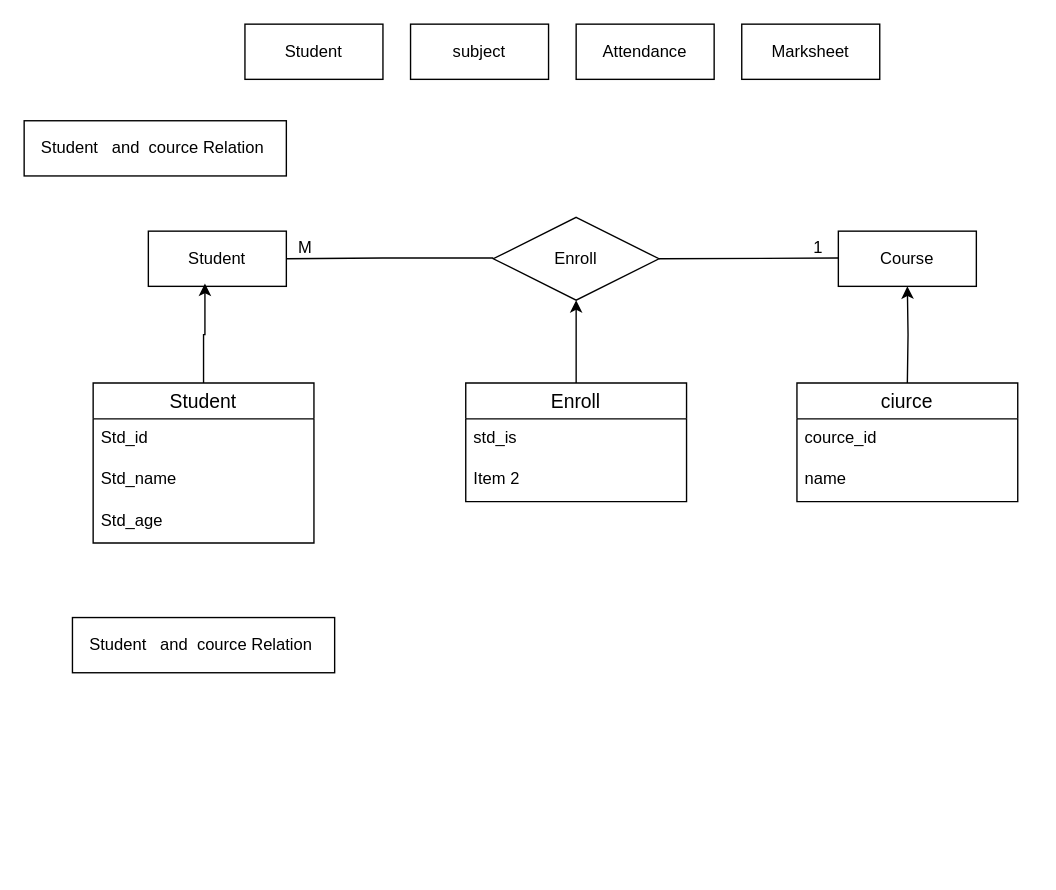
Earlier version of the draw.io diagram Untitled Diagram.drawio (w15147m/E_R-Diagram). Source tidied: cells renumbered, new cells numbered last; positions are measured from the earlier drawing's top-left corner, leaving out a move shared by most shapes. Both pictures are drawn from the tidied source at 138%, with x=0, y=0 at pixel (23, 23).
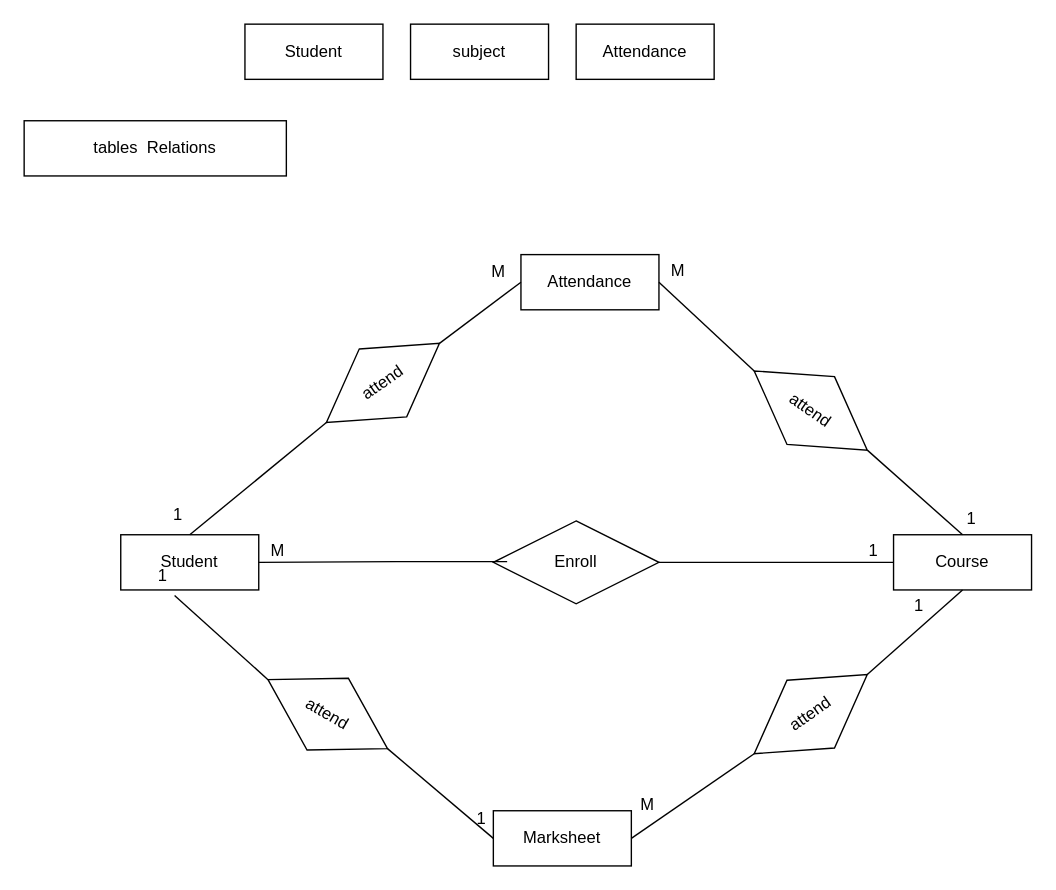
After the change.

Commit message:
student relation diagram dome

What changed in the source:
```diff
@@
     <mxCell id="3" value="Course " style="whiteSpace=wrap;html=1;align=center;" parent="1" vertex="1">
-      <mxGeometry x="590" y="150" width="100" height="40" as="geometry" />
+      <mxGeometry x="630" y="370" width="100" height="40" as="geometry" />
     </mxCell>
     <mxCell id="4" value="Marksheet" style="whiteSpace=wrap;html=1;align=center;" parent="1" vertex="1">
-      <mxGeometry x="520" width="100" height="40" as="geometry" />
+      <mxGeometry x="340" y="570" width="100" height="40" as="geometry" />
     </mxCell>
@@
-    <mxCell id="7" value="Student&amp;nbsp; &amp;nbsp;and&amp;nbsp; cource Relation&amp;nbsp;" style="whiteSpace=wrap;html=1;align=center;" parent="1" vertex="1">
+    <mxCell id="7" value="tables&amp;nbsp; Relations" style="whiteSpace=wrap;html=1;align=center;" parent="1" vertex="1">
       <mxGeometry y="70" width="190" height="40" as="geometry" />
     </mxCell>
     <mxCell id="8" value="Student " style="whiteSpace=wrap;html=1;align=center;" parent="1" vertex="1">
-      <mxGeometry x="90" y="150" width="100" height="40" as="geometry" />
+      <mxGeometry x="70" y="370" width="100" height="40" as="geometry" />
     </mxCell>
     <mxCell id="9" value="Enroll" style="shape=rhombus;perimeter=rhombusPerimeter;whiteSpace=wrap;html=1;align=center;" parent="1" vertex="1">
-      <mxGeometry x="340" y="140" width="120" height="60" as="geometry" />
+      <mxGeometry x="340" y="360" width="120" height="60" as="geometry" />
     </mxCell>
-    <mxCell id="10" style="endArrow=none;html=1;rounded=0;" parent="1" edge="1">
-      <mxGeometry relative="1" as="geometry">
-        <mxPoint x="460" y="170" as="sourcePoint" />
-        <mxPoint x="590" y="169.5" as="targetPoint" />
-      </mxGeometry>
+    <mxCell id="10" style="endArrow=none;html=1;rounded=0;exitX=1;exitY=0.5;exitDx=0;exitDy=0;entryX=0;entryY=0.5;entryDx=0;entryDy=0;" parent="1" edge="1" source="9" target="3">
+      <mxGeometry relative="1" as="geometry" />
     </mxCell>
@@
     <mxCell id="12" style="endArrow=none;html=1;rounded=0;entryX=1;entryY=0.5;entryDx=0;entryDy=0;strokeWidth=1;" parent="1" edge="1" target="8">
       <mxGeometry relative="1" as="geometry">
-        <mxPoint x="340" y="169.5" as="sourcePoint" />
+        <mxPoint x="350" y="389.5" as="sourcePoint" />
         <Array as="points">
-          <mxPoint x="260" y="169.5" />
+          <mxPoint x="270" y="389.5" />
         </Array>
       </mxGeometry>
     </mxCell>
@@
-    <mxCell id="14" value="Student" style="swimlane;fontStyle=0;horizontal=1;startSize=26;align=center;fontSize=14;" parent="1" vertex="1">
-      <mxGeometry x="50" y="260" width="160" height="116" as="geometry" />
-    </mxCell>
-    <mxCell id="15" value="Std_id" style="text;strokeColor=none;fillColor=none;spacingLeft=4;spacingRight=4;overflow=hidden;fontSize=12;whiteSpace=wrap;html=1;" parent="14" vertex="1">
-      <mxGeometry y="26" width="160" height="30" as="geometry" />
-    </mxCell>
-    <mxCell id="16" value="Std_name" style="text;strokeColor=none;fillColor=none;spacingLeft=4;spacingRight=4;overflow=hidden;fontSize=12;whiteSpace=wrap;html=1;" parent="14" vertex="1">
-      <mxGeometry y="56" width="160" height="30" as="geometry" />
-    </mxCell>
-    <mxCell id="17" value="Std_age" style="text;strokeColor=none;fillColor=none;spacingLeft=4;spacingRight=4;overflow=hidden;fontSize=12;whiteSpace=wrap;html=1;" parent="14" vertex="1">
-      <mxGeometry y="86" width="160" height="30" as="geometry" />
-    </mxCell>
-    <mxCell id="18" style="edgeStyle=orthogonalEdgeStyle;rounded=0;jettySize=auto;html=1;entryX=0.41;entryY=0.95;entryDx=0;entryDy=0;entryPerimeter=0;" parent="1" edge="1" source="14" target="8">
-      <mxGeometry relative="1" as="geometry">
-        <Array as="points">
-          <mxPoint x="130" y="225" />
-          <mxPoint x="131" y="225" />
-        </Array>
-      </mxGeometry>
-    </mxCell>
-    <mxCell id="19" style="edgeStyle=orthogonalEdgeStyle;rounded=0;jettySize=auto;html=1;entryX=0.5;entryY=1;entryDx=0;entryDy=0;" parent="1" edge="1" source="20" target="9">
-      <mxGeometry relative="1" as="geometry" />
-    </mxCell>
-    <mxCell id="20" value="Enroll" style="swimlane;fontStyle=0;horizontal=1;startSize=26;align=center;fontSize=14;" parent="1" vertex="1">
-      <mxGeometry x="320" y="260" width="160" height="86" as="geometry" />
-    </mxCell>
-    <mxCell id="21" value="std_is" style="text;strokeColor=none;fillColor=none;spacingLeft=4;spacingRight=4;overflow=hidden;fontSize=12;whiteSpace=wrap;html=1;" parent="20" vertex="1">
-      <mxGeometry y="26" width="160" height="30" as="geometry" />
-    </mxCell>
-    <mxCell id="22" value="Item 2" style="text;strokeColor=none;fillColor=none;spacingLeft=4;spacingRight=4;overflow=hidden;fontSize=12;whiteSpace=wrap;html=1;" parent="20" vertex="1">
-      <mxGeometry y="56" width="160" height="30" as="geometry" />
-    </mxCell>
-    <mxCell id="23" style="edgeStyle=orthogonalEdgeStyle;rounded=0;jettySize=auto;html=1;" parent="1" edge="1" target="3">
-      <mxGeometry relative="1" as="geometry">
-        <mxPoint x="640" y="260" as="sourcePoint" />
-      </mxGeometry>
-    </mxCell>
-    <mxCell id="24" value="ciurce" style="swimlane;fontStyle=0;horizontal=1;startSize=26;align=center;fontSize=14;" parent="1" vertex="1">
-      <mxGeometry x="560" y="260" width="160" height="86" as="geometry" />
-    </mxCell>
-    <mxCell id="25" value="cource_id" style="text;strokeColor=none;fillColor=none;spacingLeft=4;spacingRight=4;overflow=hidden;fontSize=12;whiteSpace=wrap;html=1;" parent="24" vertex="1">
-      <mxGeometry y="26" width="160" height="30" as="geometry" />
-    </mxCell>
-    <mxCell id="26" value="name" style="text;strokeColor=none;fillColor=none;spacingLeft=4;spacingRight=4;overflow=hidden;fontSize=12;whiteSpace=wrap;html=1;" parent="24" vertex="1">
-      <mxGeometry y="56" width="160" height="30" as="geometry" />
-    </mxCell>
-    <mxCell id="27" value="Student&amp;nbsp; &amp;nbsp;and&amp;nbsp; cource Relation&amp;nbsp;" style="whiteSpace=wrap;html=1;align=center;" parent="1" vertex="1">
-      <mxGeometry x="35" y="430" width="190" height="40" as="geometry" />
-    </mxCell>
+    <mxCell id="28" value="Attendance " style="whiteSpace=wrap;html=1;align=center;" parent="1" vertex="1">
+      <mxGeometry x="360" y="167" width="100" height="40" as="geometry" />
+    </mxCell>
+    <mxCell id="29" value="attend" style="shape=rhombus;perimeter=rhombusPerimeter;whiteSpace=wrap;html=1;align=center;rotation=-35;" parent="1" vertex="1">
+      <mxGeometry x="210" y="230" width="100" height="60" as="geometry" />
+    </mxCell>
+    <mxCell id="30" value="attend" style="shape=rhombus;perimeter=rhombusPerimeter;whiteSpace=wrap;html=1;align=center;rotation=35;" parent="1" vertex="1">
+      <mxGeometry x="520" y="250" width="100" height="60" as="geometry" />
+    </mxCell>
+    <mxCell id="31" style="endArrow=none;html=1;rounded=0;entryX=0;entryY=0.5;entryDx=0;entryDy=0;strokeWidth=1;exitX=1;exitY=0.5;exitDx=0;exitDy=0;" parent="1" edge="1" source="29" target="28">
+      <mxGeometry relative="1" as="geometry" />
+    </mxCell>
+    <mxCell id="32" value="M" style="html=1;whiteSpace=wrap;align=right;verticalAlign=bottom;" parent="31" vertex="1">
+      <mxGeometry x="1" relative="1" as="geometry">
+        <mxPoint x="-10" y="1" as="offset" />
+      </mxGeometry>
+    </mxCell>
+    <mxCell id="33" style="endArrow=none;html=1;rounded=0;entryX=0.5;entryY=0;entryDx=0;entryDy=0;exitX=0;exitY=0.5;exitDx=0;exitDy=0;" parent="1" edge="1" source="29" target="8">
+      <mxGeometry relative="1" as="geometry" />
+    </mxCell>
+    <mxCell id="34" value="1" style="html=1;whiteSpace=wrap;align=right;verticalAlign=bottom;" parent="33" vertex="1">
+      <mxGeometry x="1" relative="1" as="geometry">
+        <mxPoint x="-4" y="-6" as="offset" />
+      </mxGeometry>
+    </mxCell>
+    <mxCell id="35" style="endArrow=none;html=1;rounded=0;entryX=0.5;entryY=0;entryDx=0;entryDy=0;exitX=1;exitY=0.5;exitDx=0;exitDy=0;" parent="1" edge="1" source="30" target="3">
+      <mxGeometry relative="1" as="geometry" />
+    </mxCell>
+    <mxCell id="36" value="1" style="html=1;whiteSpace=wrap;align=right;verticalAlign=bottom;" parent="35" vertex="1">
+      <mxGeometry x="1" relative="1" as="geometry">
+        <mxPoint x="11" y="-3" as="offset" />
+      </mxGeometry>
+    </mxCell>
+    <mxCell id="37" style="endArrow=none;html=1;rounded=0;strokeWidth=1;exitX=0;exitY=0.5;exitDx=0;exitDy=0;entryX=1;entryY=0.5;entryDx=0;entryDy=0;" parent="1" edge="1" source="30" target="28">
+      <mxGeometry relative="1" as="geometry" />
+    </mxCell>
+    <mxCell id="38" value="M" style="html=1;whiteSpace=wrap;align=right;verticalAlign=bottom;" parent="37" vertex="1">
+      <mxGeometry x="1" relative="1" as="geometry">
+        <mxPoint x="20" as="offset" />
+      </mxGeometry>
+    </mxCell>
+    <mxCell id="39" value="attend" style="shape=rhombus;perimeter=rhombusPerimeter;whiteSpace=wrap;html=1;align=center;rotation=-35;" parent="1" vertex="1">
+      <mxGeometry x="520" y="470" width="100" height="60" as="geometry" />
+    </mxCell>
+    <mxCell id="40" style="endArrow=none;html=1;rounded=0;entryX=1;entryY=0.5;entryDx=0;entryDy=0;strokeWidth=1;exitX=0;exitY=0.5;exitDx=0;exitDy=0;" parent="1" edge="1" source="39" target="4">
+      <mxGeometry relative="1" as="geometry" />
+    </mxCell>
+    <mxCell id="41" value="M" style="html=1;whiteSpace=wrap;align=right;verticalAlign=bottom;" parent="40" vertex="1">
+      <mxGeometry x="1" relative="1" as="geometry">
+        <mxPoint x="18" y="-16" as="offset" />
+      </mxGeometry>
+    </mxCell>
+    <mxCell id="42" style="endArrow=none;html=1;rounded=0;entryX=0.5;entryY=1;entryDx=0;entryDy=0;exitX=1;exitY=0.5;exitDx=0;exitDy=0;" parent="1" edge="1" source="39" target="3">
+      <mxGeometry relative="1" as="geometry" />
+    </mxCell>
+    <mxCell id="43" value="1" style="html=1;whiteSpace=wrap;align=right;verticalAlign=bottom;" parent="42" vertex="1">
+      <mxGeometry x="1" relative="1" as="geometry">
+        <mxPoint x="-27" y="20" as="offset" />
+      </mxGeometry>
+    </mxCell>
+    <mxCell id="44" value="attend" style="shape=rhombus;perimeter=rhombusPerimeter;whiteSpace=wrap;html=1;align=center;rotation=30;" parent="1" vertex="1">
+      <mxGeometry x="170" y="470" width="100" height="60" as="geometry" />
+    </mxCell>
+    <mxCell id="45" style="endArrow=none;html=1;rounded=0;exitX=0;exitY=0.5;exitDx=0;exitDy=0;entryX=0.39;entryY=1.1;entryDx=0;entryDy=0;entryPerimeter=0;" parent="1" edge="1" source="44" target="8">
+      <mxGeometry relative="1" as="geometry" />
+    </mxCell>
+    <mxCell id="46" value="1" style="html=1;whiteSpace=wrap;align=right;verticalAlign=bottom;" parent="45" vertex="1">
+      <mxGeometry x="1" relative="1" as="geometry">
+        <mxPoint x="-4" y="-6" as="offset" />
+      </mxGeometry>
+    </mxCell>
+    <mxCell id="47" style="endArrow=none;html=1;rounded=0;entryX=0;entryY=0.5;entryDx=0;entryDy=0;exitX=1;exitY=0.5;exitDx=0;exitDy=0;" parent="1" edge="1" source="44" target="4">
+      <mxGeometry relative="1" as="geometry" />
+    </mxCell>
+    <mxCell id="48" value="1" style="html=1;whiteSpace=wrap;align=right;verticalAlign=bottom;" parent="47" vertex="1">
+      <mxGeometry x="1" relative="1" as="geometry">
+        <mxPoint x="-4" y="-6" as="offset" />
+      </mxGeometry>
+    </mxCell>
```
